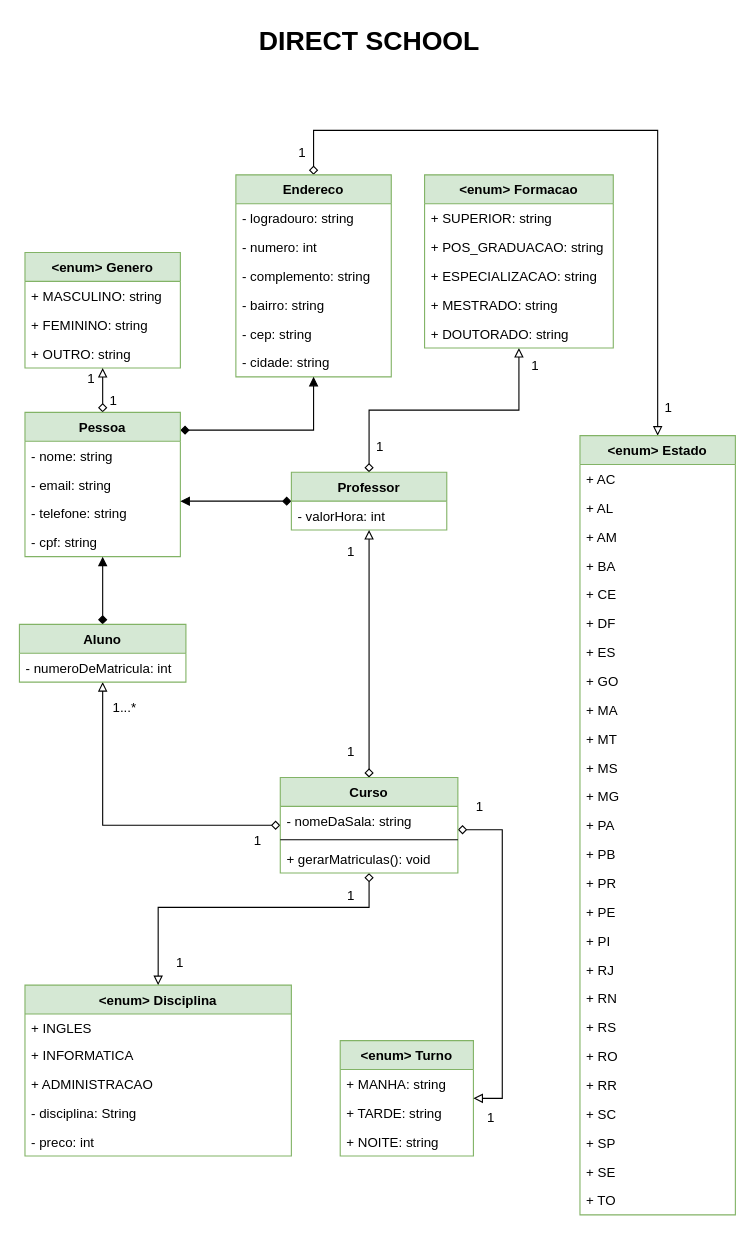
This is Checkpoint 1/UML/Direct School.drawio from mdaffonso/oop, a draw.io file, before an edit. Source tidied: cells renumbered, new cells numbered last; positions are measured from the earlier drawing's top-left corner, leaving out a move shared by most shapes. Both pictures are drawn from the tidied source at 111%, with x=0, y=0 at pixel (19, 19).
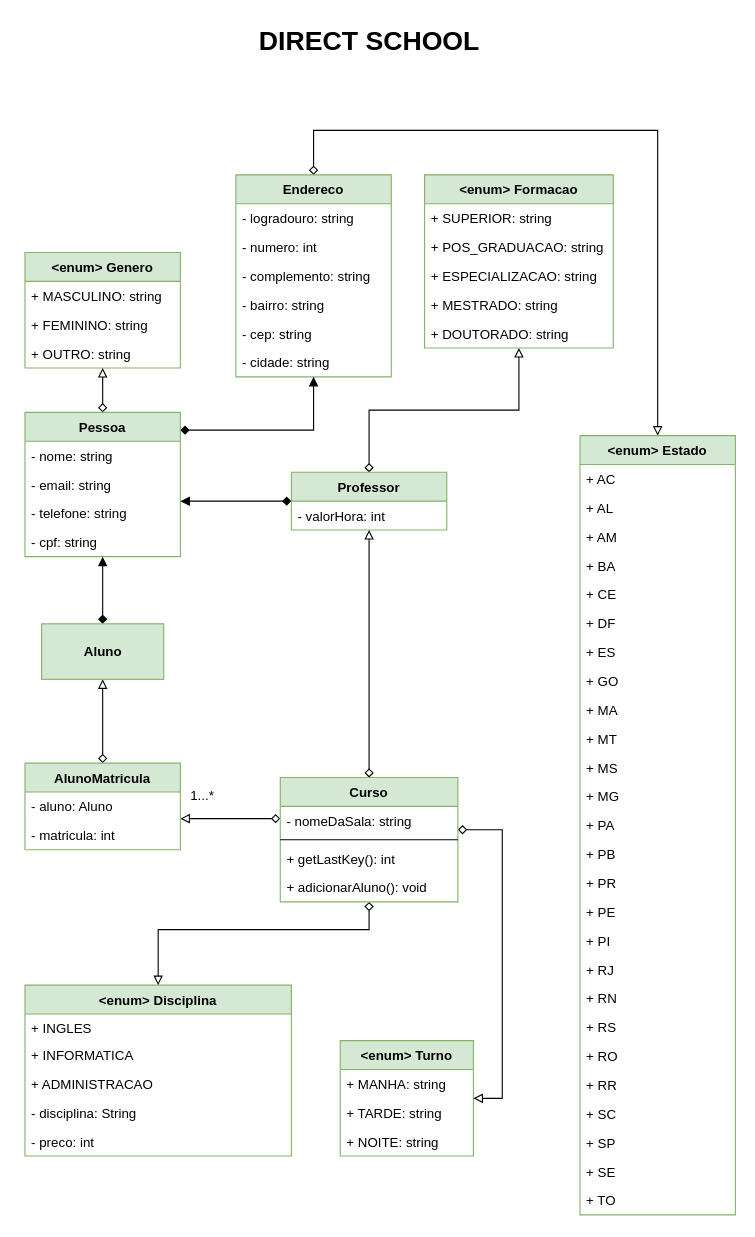
Above is the later version.

The change refers to these unchanged cells:
```xml
<mxCell id="7" value="&lt;enum&gt; Disciplina" style="swimlane;fontStyle=1;horizontal=1;startSize=26;fillColor=#d5e8d4;strokeColor=#82b366;glass=0;" parent="1" vertex="1">
  <mxGeometry x="5" y="870" width="240" height="154" as="geometry" />
</mxCell>
```

Diff of the diagram source:
```diff
@@
-    <mxCell id="71" style="edgeStyle=orthogonalEdgeStyle;rounded=0;jettySize=auto;html=1;startArrow=diamond;startFill=0;endArrow=block;endFill=0;" parent="1" edge="1" source="86" target="90">
-      <mxGeometry relative="1" as="geometry" />
+    <mxCell id="71" style="edgeStyle=orthogonalEdgeStyle;rounded=0;jettySize=auto;html=1;startArrow=diamond;startFill=0;endArrow=block;endFill=0;" parent="1" edge="1" source="86" target="96">
+      <mxGeometry relative="1" as="geometry">
+        <Array as="points">
+          <mxPoint x="195" y="720" />
+          <mxPoint x="195" y="720" />
+        </Array>
+      </mxGeometry>
     </mxCell>
     <mxCell id="72" style="edgeStyle=orthogonalEdgeStyle;rounded=0;jettySize=auto;html=1;startArrow=diamond;startFill=0;endArrow=block;endFill=0;" parent="1" edge="1" source="86" target="7">
       <mxGeometry relative="1" as="geometry">
         <Array as="points">
-          <mxPoint x="315" y="800" />
-          <mxPoint x="125" y="800" />
+          <mxPoint x="315" y="820" />
+          <mxPoint x="125" y="820" />
         </Array>
       </mxGeometry>
     </mxCell>
-    <mxCell id="73" value="1" style="text;html=1;strokeColor=none;fillColor=none;align=center;verticalAlign=middle;whiteSpace=wrap;rounded=0;" parent="1" vertex="1">
-      <mxGeometry x="205" y="730" width="20" height="20" as="geometry" />
-    </mxCell>
     <mxCell id="74" value="1...*" style="text;html=1;strokeColor=none;fillColor=none;align=center;verticalAlign=middle;whiteSpace=wrap;rounded=0;" parent="1" vertex="1">
-      <mxGeometry x="85" y="610" width="20" height="20" as="geometry" />
+      <mxGeometry x="155" y="690" width="20" height="20" as="geometry" />
     </mxCell>
-    <mxCell id="75" value="1" style="text;html=1;strokeColor=none;fillColor=none;align=center;verticalAlign=middle;whiteSpace=wrap;rounded=0;" parent="1" vertex="1">
-      <mxGeometry x="289" y="650" width="20" height="20" as="geometry" />
-    </mxCell>
-    <mxCell id="76" value="1" style="text;html=1;strokeColor=none;fillColor=none;align=center;verticalAlign=middle;whiteSpace=wrap;rounded=0;" parent="1" vertex="1">
-      <mxGeometry x="289" y="470" width="20" height="20" as="geometry" />
-    </mxCell>
-    <mxCell id="77" value="1" style="text;html=1;strokeColor=none;fillColor=none;align=center;verticalAlign=middle;whiteSpace=wrap;rounded=0;" parent="1" vertex="1">
-      <mxGeometry x="75" y="334" width="20" height="20" as="geometry" />
-    </mxCell>
-    <mxCell id="78" value="1" style="text;html=1;strokeColor=none;fillColor=none;align=center;verticalAlign=middle;whiteSpace=wrap;rounded=0;" parent="1" vertex="1">
-      <mxGeometry x="55" y="314" width="20" height="20" as="geometry" />
-    </mxCell>
-    <mxCell id="79" value="1" style="text;html=1;strokeColor=none;fillColor=none;align=center;verticalAlign=middle;whiteSpace=wrap;rounded=0;" parent="1" vertex="1">
-      <mxGeometry x="575" y="340" width="20" height="20" as="geometry" />
-    </mxCell>
-    <mxCell id="80" value="1" style="text;html=1;strokeColor=none;fillColor=none;align=center;verticalAlign=middle;whiteSpace=wrap;rounded=0;" parent="1" vertex="1">
-      <mxGeometry x="245" y="110" width="20" height="20" as="geometry" />
-    </mxCell>
@@
-    <mxCell id="82" value="1" style="text;html=1;strokeColor=none;fillColor=none;align=center;verticalAlign=middle;whiteSpace=wrap;rounded=0;" parent="1" vertex="1">
-      <mxGeometry x="289" y="780" width="20" height="20" as="geometry" />
-    </mxCell>
-    <mxCell id="83" value="1" style="text;html=1;strokeColor=none;fillColor=none;align=center;verticalAlign=middle;whiteSpace=wrap;rounded=0;" parent="1" vertex="1">
-      <mxGeometry x="135" y="840" width="20" height="20" as="geometry" />
-    </mxCell>
-    <mxCell id="84" value="1" style="text;html=1;strokeColor=none;fillColor=none;align=center;verticalAlign=middle;whiteSpace=wrap;rounded=0;" parent="1" vertex="1">
-      <mxGeometry x="405" y="700" width="20" height="20" as="geometry" />
-    </mxCell>
-    <mxCell id="85" value="1" style="text;html=1;strokeColor=none;fillColor=none;align=center;verticalAlign=middle;whiteSpace=wrap;rounded=0;" parent="1" vertex="1">
-      <mxGeometry x="415" y="980" width="20" height="20" as="geometry" />
-    </mxCell>
     <mxCell id="86" value="Curso" style="swimlane;fontStyle=1;align=center;verticalAlign=top;horizontal=1;startSize=26;rounded=0;glass=0;sketch=0;fillColor=#d5e8d4;strokeColor=#82b366;" parent="1" vertex="1">
-      <mxGeometry x="235" y="683" width="160" height="86" as="geometry" />
+      <mxGeometry x="235" y="683" width="160" height="112" as="geometry" />
     </mxCell>
@@
-    <mxCell id="89" value="+ gerarMatriculas(): void" style="text;strokeColor=none;fillColor=none;align=left;verticalAlign=top;spacingLeft=4;spacingRight=4;overflow=hidden;" parent="86" vertex="1">
+    <mxCell id="89" value="+ getLastKey(): int" style="text;strokeColor=none;fillColor=none;align=left;verticalAlign=top;spacingLeft=4;spacingRight=4;overflow=hidden;" parent="86" vertex="1">
       <mxGeometry y="60" width="160" height="26" as="geometry" />
     </mxCell>
+    <mxCell id="94" value="+ adicionarAluno(): void" style="text;strokeColor=none;fillColor=none;align=left;verticalAlign=top;spacingLeft=4;spacingRight=4;overflow=hidden;" parent="86" vertex="1">
+      <mxGeometry y="86" width="160" height="26" as="geometry" />
+    </mxCell>
+    <mxCell id="95" style="edgeStyle=orthogonalEdgeStyle;rounded=0;jettySize=auto;html=1;startArrow=diamond;startFill=0;endArrow=block;endFill=0;" parent="1" edge="1" source="96" target="90">
+      <mxGeometry relative="1" as="geometry" />
+    </mxCell>
+    <mxCell id="96" value="AlunoMatricula" style="swimlane;fontStyle=1;horizontal=1;startSize=26;fillColor=#d5e8d4;strokeColor=#82b366;" parent="1" vertex="1">
+      <mxGeometry x="5" y="670" width="140" height="78" as="geometry" />
+    </mxCell>
+    <mxCell id="97" value="- aluno: Aluno" style="text;strokeColor=none;fillColor=none;align=left;verticalAlign=top;spacingLeft=4;spacingRight=4;overflow=hidden;" parent="96" vertex="1">
+      <mxGeometry y="26" width="140" height="26" as="geometry" />
+    </mxCell>
+    <mxCell id="98" value="- matricula: int" style="text;strokeColor=none;fillColor=none;align=left;verticalAlign=top;spacingLeft=4;spacingRight=4;overflow=hidden;" parent="96" vertex="1">
+      <mxGeometry y="52" width="140" height="26" as="geometry" />
+    </mxCell>
-    <mxCell id="90" value="Aluno" style="swimlane;fontStyle=1;horizontal=1;startSize=26;fillColor=#d5e8d4;rounded=0;glass=0;sketch=0;strokeColor=#82b366;" parent="1" vertex="1">
-      <mxGeometry y="545" width="150" height="52" as="geometry" />
+    <mxCell id="90" value="&lt;b&gt;Aluno&lt;/b&gt;" style="html=1;fillColor=#d5e8d4;strokeColor=#82b366;" parent="1" vertex="1">
+      <mxGeometry x="20" y="544.5" width="110" height="50" as="geometry" />
     </mxCell>
-    <mxCell id="91" value="- numeroDeMatricula: int" style="text;strokeColor=none;fillColor=none;align=left;verticalAlign=top;spacingLeft=4;spacingRight=4;overflow=hidden;" parent="90" vertex="1">
-      <mxGeometry y="26" width="150" height="26" as="geometry" />
-    </mxCell>
-    <mxCell id="92" value="1" style="text;html=1;strokeColor=none;fillColor=none;align=center;verticalAlign=middle;whiteSpace=wrap;rounded=0;" parent="1" vertex="1">
-      <mxGeometry x="315" y="375" width="20" height="20" as="geometry" />
-    </mxCell>
-    <mxCell id="93" value="1" style="text;html=1;strokeColor=none;fillColor=none;align=center;verticalAlign=middle;whiteSpace=wrap;rounded=0;" parent="1" vertex="1">
-      <mxGeometry x="455" y="302" width="20" height="20" as="geometry" />
-    </mxCell>
```
